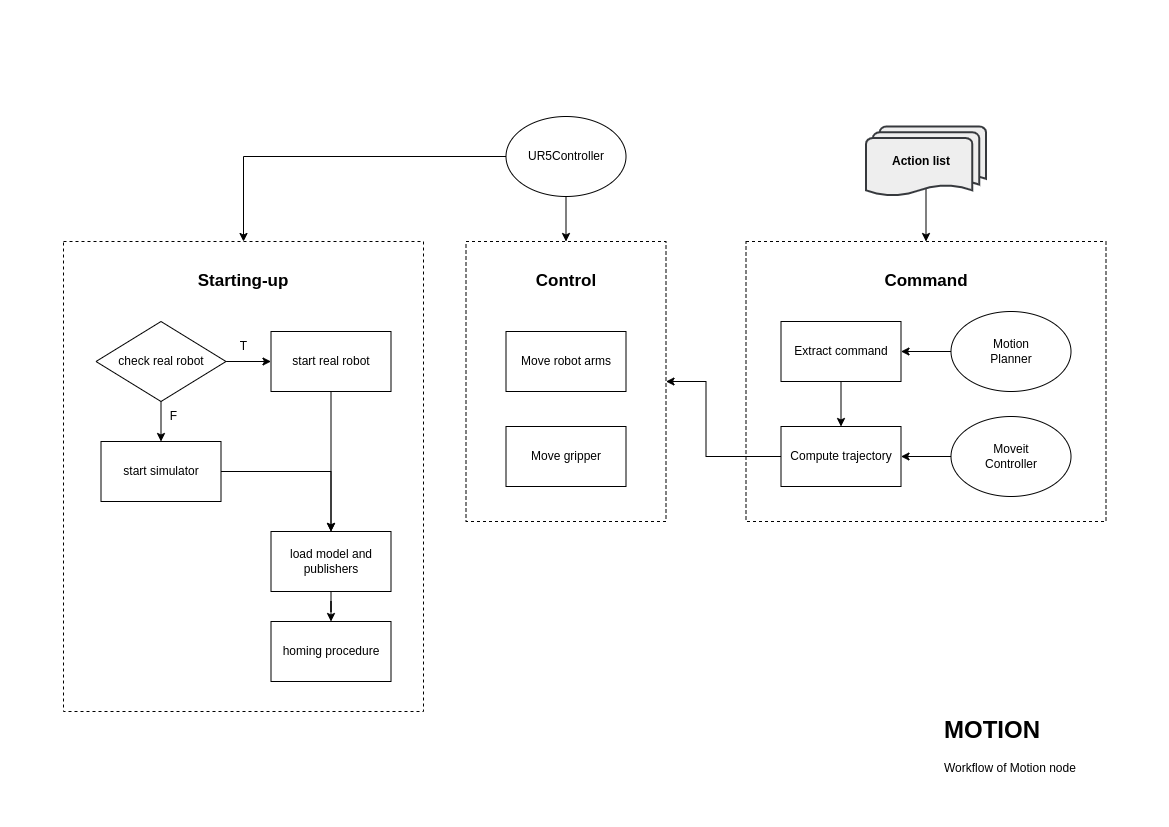
Before: docs/design-motion.png, a diagram exported from draw.io (anhtuduong/UR5LegoVision). Source tidied: cells renumbered, new cells last; positions are measured from the earlier drawing's top-left corner, leaving out a move shared by most shapes. Its diagram source:
```xml
<mxGraphModel>
  <root>
    <mxCell id="0" />
    <mxCell id="1" parent="0" />
    <mxCell id="2" style="rounded=0;whiteSpace=wrap;html=1;dashed=1;" parent="1" vertex="1">
      <mxGeometry x="682.5" y="125" width="360" height="280" as="geometry" />
    </mxCell>
    <mxCell id="3" style="rounded=0;whiteSpace=wrap;html=1;dashed=1;" parent="1" vertex="1">
      <mxGeometry x="402.5" y="125" width="200" height="280" as="geometry" />
    </mxCell>
    <mxCell id="4" style="rounded=0;whiteSpace=wrap;html=1;dashed=1;" parent="1" vertex="1">
      <mxGeometry y="125" width="360" height="470" as="geometry" />
    </mxCell>
    <mxCell id="5" style="edgeStyle=orthogonalEdgeStyle;rounded=0;jettySize=auto;html=1;" parent="1" edge="1" source="6" target="15">
      <mxGeometry relative="1" as="geometry" />
    </mxCell>
    <mxCell id="6" value="start simulator" style="rounded=0;whiteSpace=wrap;html=1;" parent="1" vertex="1">
      <mxGeometry x="37.5" y="325" width="120" height="60" as="geometry" />
    </mxCell>
    <mxCell id="7" style="edgeStyle=orthogonalEdgeStyle;rounded=0;jettySize=auto;html=1;entryX=0.5;entryY=0;entryDx=0;entryDy=0;" parent="1" edge="1" source="9" target="6">
      <mxGeometry relative="1" as="geometry" />
    </mxCell>
    <mxCell id="8" style="edgeStyle=orthogonalEdgeStyle;rounded=0;jettySize=auto;html=1;entryX=0;entryY=0.5;entryDx=0;entryDy=0;" parent="1" edge="1" source="9" target="11">
      <mxGeometry relative="1" as="geometry" />
    </mxCell>
    <mxCell id="9" value="check real robot" style="rhombus;whiteSpace=wrap;html=1;" parent="1" vertex="1">
      <mxGeometry x="32.5" y="205" width="130" height="80" as="geometry" />
    </mxCell>
    <mxCell id="10" style="edgeStyle=orthogonalEdgeStyle;rounded=0;jettySize=auto;html=1;entryX=0.5;entryY=0;entryDx=0;entryDy=0;" parent="1" edge="1" source="11" target="15">
      <mxGeometry relative="1" as="geometry" />
    </mxCell>
    <mxCell id="11" value="start real robot" style="rounded=0;whiteSpace=wrap;html=1;" parent="1" vertex="1">
      <mxGeometry x="207.5" y="215" width="120" height="60" as="geometry" />
    </mxCell>
    <mxCell id="12" value="T" style="text;html=1;strokeColor=none;fillColor=none;align=center;verticalAlign=middle;whiteSpace=wrap;rounded=0;" parent="1" vertex="1">
      <mxGeometry x="167.5" y="215" width="25" height="30" as="geometry" />
    </mxCell>
    <mxCell id="13" value="F" style="text;html=1;strokeColor=none;fillColor=none;align=center;verticalAlign=middle;whiteSpace=wrap;rounded=0;" parent="1" vertex="1">
      <mxGeometry x="97.5" y="285" width="25" height="30" as="geometry" />
    </mxCell>
    <mxCell id="14" style="edgeStyle=orthogonalEdgeStyle;rounded=0;jettySize=auto;html=1;entryX=0.5;entryY=0;entryDx=0;entryDy=0;" parent="1" edge="1" source="15" target="16">
      <mxGeometry relative="1" as="geometry" />
    </mxCell>
    <mxCell id="15" value="load model and publishers" style="rounded=0;whiteSpace=wrap;html=1;" parent="1" vertex="1">
      <mxGeometry x="207.5" y="415" width="120" height="60" as="geometry" />
    </mxCell>
    <mxCell id="16" value="homing procedure" style="rounded=0;whiteSpace=wrap;html=1;" parent="1" vertex="1">
      <mxGeometry x="207.5" y="505" width="120" height="60" as="geometry" />
    </mxCell>
    <mxCell id="17" value="Starting-up" style="text;html=1;strokeColor=none;fillColor=none;align=center;verticalAlign=middle;whiteSpace=wrap;rounded=0;fontSize=17;fontStyle=1;" parent="1" vertex="1">
      <mxGeometry x="130" y="150" width="100" height="30" as="geometry" />
    </mxCell>
    <mxCell id="18" style="edgeStyle=orthogonalEdgeStyle;rounded=0;jettySize=auto;html=1;entryX=1;entryY=0.5;entryDx=0;entryDy=0;" parent="1" edge="1" source="19" target="30">
      <mxGeometry relative="1" as="geometry" />
    </mxCell>
    <mxCell id="19" value="Moveit&lt;br&gt;Controller" style="ellipse;whiteSpace=wrap;html=1;" parent="1" vertex="1">
      <mxGeometry x="887.5" y="300" width="120" height="80" as="geometry" />
    </mxCell>
    <mxCell id="20" style="edgeStyle=orthogonalEdgeStyle;rounded=0;jettySize=auto;html=1;entryX=1;entryY=0.5;entryDx=0;entryDy=0;" parent="1" edge="1" source="21" target="28">
      <mxGeometry relative="1" as="geometry" />
    </mxCell>
    <mxCell id="21" value="Motion&lt;br&gt;Planner" style="ellipse;whiteSpace=wrap;html=1;" parent="1" vertex="1">
      <mxGeometry x="887.5" y="195" width="120" height="80" as="geometry" />
    </mxCell>
    <mxCell id="22" style="edgeStyle=orthogonalEdgeStyle;rounded=0;jettySize=auto;html=1;exitX=0.5;exitY=0.88;exitDx=0;exitDy=0;exitPerimeter=0;entryX=0.5;entryY=0;entryDx=0;entryDy=0;" parent="1" edge="1" source="23" target="2">
      <mxGeometry relative="1" as="geometry" />
    </mxCell>
    <mxCell id="23" value="&lt;b&gt;Action list&lt;/b&gt;" style="strokeWidth=2;html=1;shape=mxgraph.flowchart.multi-document;whiteSpace=wrap;spacingRight=10;fillColor=#eeeeee;strokeColor=#36393d;" parent="1" vertex="1">
      <mxGeometry x="802.5" y="10" width="120" height="70" as="geometry" />
    </mxCell>
    <mxCell id="24" value="Move robot arms" style="rounded=0;whiteSpace=wrap;html=1;" parent="1" vertex="1">
      <mxGeometry x="442.5" y="215" width="120" height="60" as="geometry" />
    </mxCell>
    <mxCell id="25" value="Move gripper" style="rounded=0;whiteSpace=wrap;html=1;" parent="1" vertex="1">
      <mxGeometry x="442.5" y="310" width="120" height="60" as="geometry" />
    </mxCell>
    <mxCell id="26" value="Control" style="text;html=1;strokeColor=none;fillColor=none;align=center;verticalAlign=middle;whiteSpace=wrap;rounded=0;fontSize=17;fontStyle=1;" parent="1" vertex="1">
      <mxGeometry x="452.5" y="150" width="100" height="30" as="geometry" />
    </mxCell>
    <mxCell id="27" style="edgeStyle=orthogonalEdgeStyle;rounded=0;jettySize=auto;html=1;" parent="1" edge="1" source="28" target="30">
      <mxGeometry relative="1" as="geometry" />
    </mxCell>
    <mxCell id="28" value="Extract command" style="rounded=0;whiteSpace=wrap;html=1;" parent="1" vertex="1">
      <mxGeometry x="717.5" y="205" width="120" height="60" as="geometry" />
    </mxCell>
    <mxCell id="29" style="edgeStyle=orthogonalEdgeStyle;rounded=0;jettySize=auto;html=1;entryX=1;entryY=0.5;entryDx=0;entryDy=0;" parent="1" edge="1" source="30" target="3">
      <mxGeometry relative="1" as="geometry">
        <Array as="points">
          <mxPoint x="642.5" y="340" />
          <mxPoint x="642.5" y="265" />
        </Array>
      </mxGeometry>
    </mxCell>
    <mxCell id="30" value="Compute trajectory" style="rounded=0;whiteSpace=wrap;html=1;" parent="1" vertex="1">
      <mxGeometry x="717.5" y="310" width="120" height="60" as="geometry" />
    </mxCell>
    <mxCell id="31" style="edgeStyle=orthogonalEdgeStyle;rounded=0;jettySize=auto;html=1;entryX=0.5;entryY=0;entryDx=0;entryDy=0;" parent="1" edge="1" source="34" target="4">
      <mxGeometry relative="1" as="geometry" />
    </mxCell>
    <mxCell id="32" style="edgeStyle=orthogonalEdgeStyle;rounded=0;jettySize=auto;html=1;entryX=0.5;entryY=0;entryDx=0;entryDy=0;" parent="1" edge="1" source="34" target="3">
      <mxGeometry relative="1" as="geometry" />
    </mxCell>
    <mxCell id="33" value="Command" style="text;html=1;strokeColor=none;fillColor=none;align=center;verticalAlign=middle;whiteSpace=wrap;rounded=0;fontSize=17;fontStyle=1;" parent="1" vertex="1">
      <mxGeometry x="812.5" y="150" width="100" height="30" as="geometry" />
    </mxCell>
    <mxCell id="34" value="UR5Controller" style="ellipse;whiteSpace=wrap;html=1;" parent="1" vertex="1">
      <mxGeometry x="442.5" width="120" height="80" as="geometry" />
    </mxCell>
    <mxCell id="35" value="&lt;h1&gt;MOTION&lt;/h1&gt;&lt;p&gt;Workflow of Motion node&lt;/p&gt;" style="text;html=1;strokeColor=none;fillColor=none;spacing=5;spacingTop=-20;whiteSpace=wrap;overflow=hidden;rounded=0;" parent="1" vertex="1">
      <mxGeometry x="876" y="594" width="190" height="90" as="geometry" />
    </mxCell>
  </root>
</mxGraphModel>
```
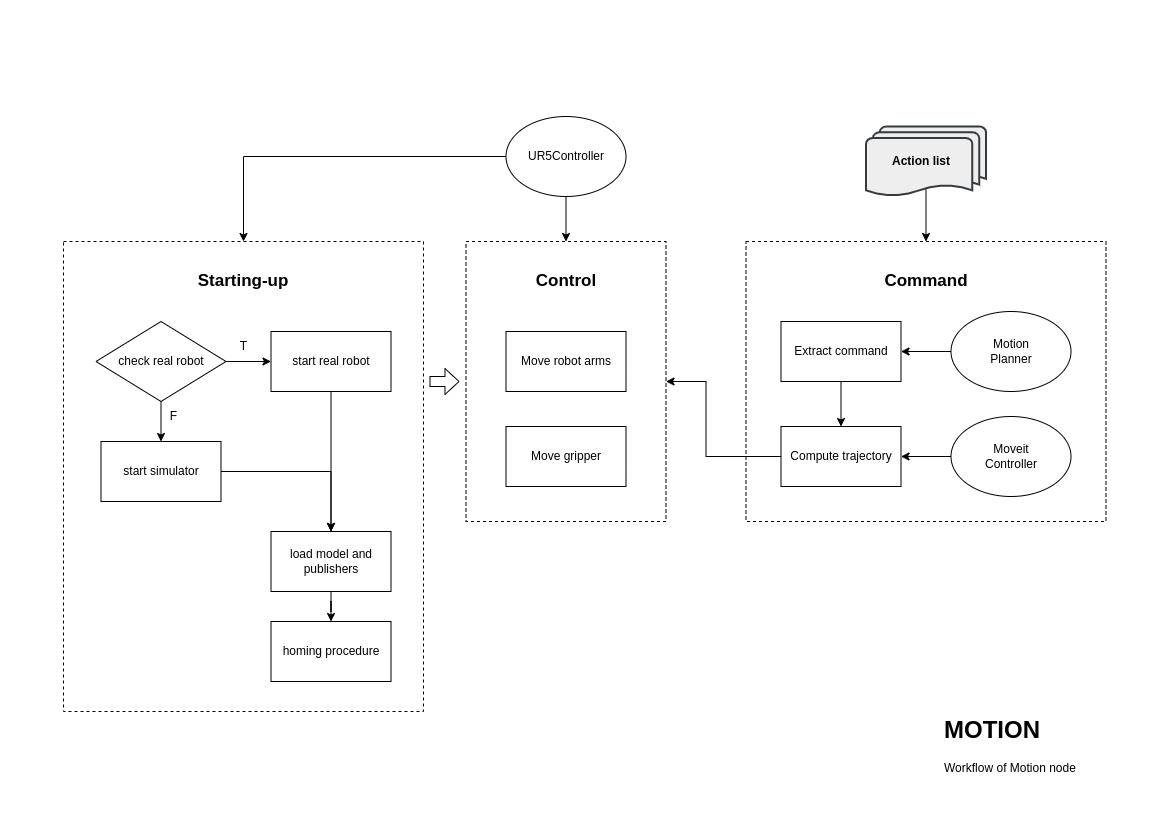
The same file after the commit.

Diff of the diagram source:
```diff
@@ -109,5 +109,11 @@
     <mxCell id="35" value="&lt;h1&gt;MOTION&lt;/h1&gt;&lt;p&gt;Workflow of Motion node&lt;/p&gt;" style="text;html=1;strokeColor=none;fillColor=none;spacing=5;spacingTop=-20;whiteSpace=wrap;overflow=hidden;rounded=0;" parent="1" vertex="1">
       <mxGeometry x="876" y="594" width="190" height="90" as="geometry" />
     </mxCell>
+    <mxCell id="36" style="shape=flexArrow;endArrow=classic;html=1;rounded=0;endWidth=14.942528735632186;endSize=4.340229885057472;" parent="1" edge="1">
+      <mxGeometry relative="1" as="geometry">
+        <mxPoint x="366" y="265" as="sourcePoint" />
+        <mxPoint x="396" y="265" as="targetPoint" />
+      </mxGeometry>
+    </mxCell>
   </root>
 </mxGraphModel>
```
